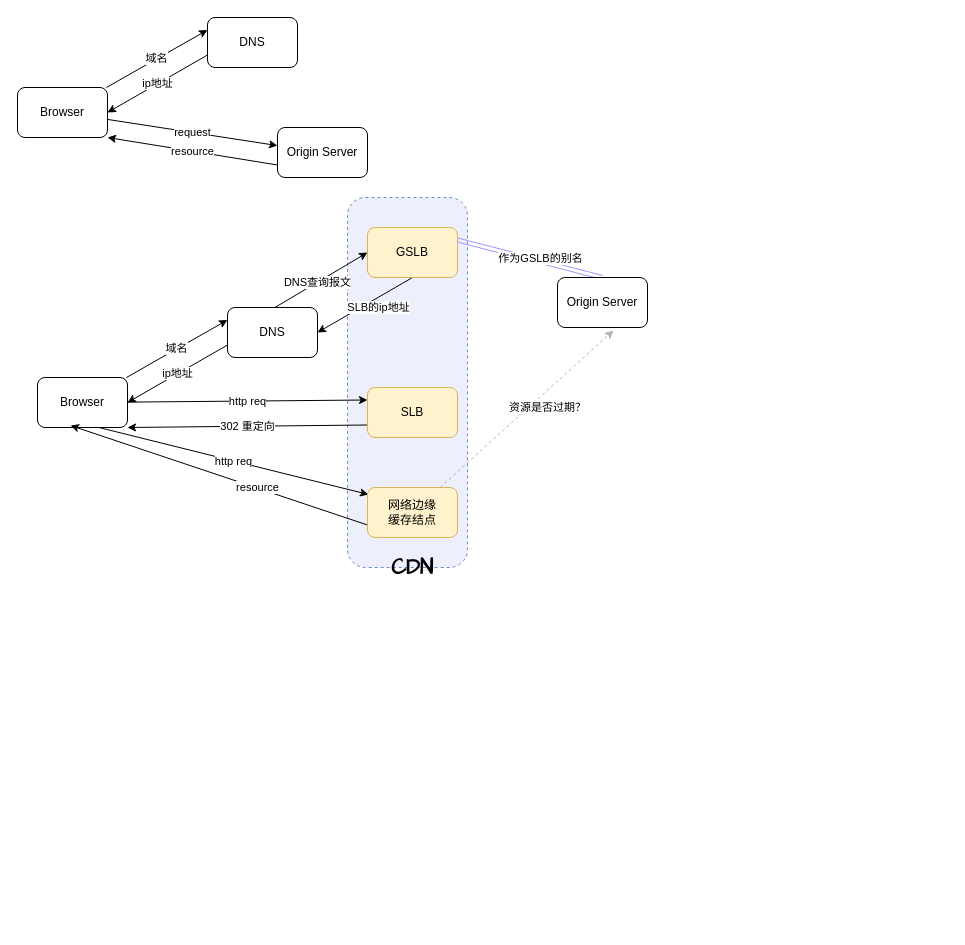
This is draft.drawio from bankarian/pics, a draw.io file, before an edit. Source tidied: cells renumbered, new cells numbered last; positions are measured from the earlier drawing's top-left corner, leaving out a move shared by most shapes. Both pictures are drawn from the tidied source at 100%, with x=0, y=0 at pixel (17, 17).
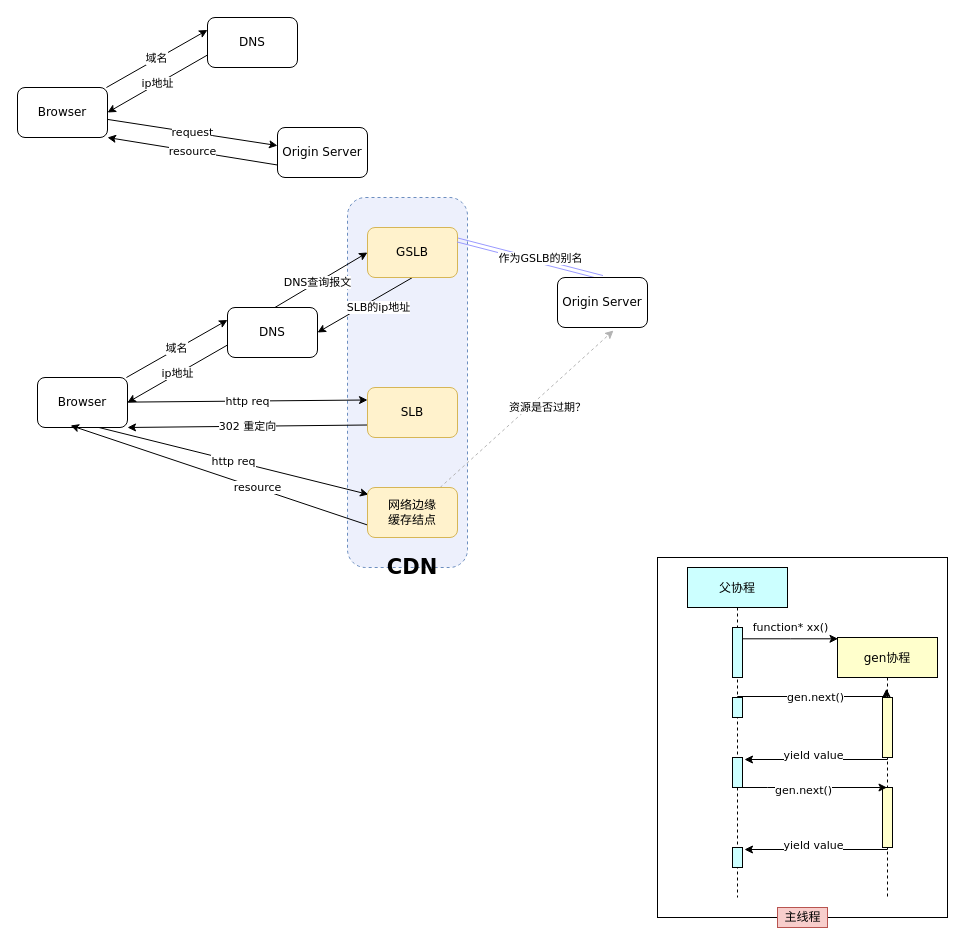
Above is the later version.

The edit, as a diff of the source:
```diff
@@
+    <mxCell id="28" style="rounded=0;whiteSpace=wrap;html=1;fontFamily=Verdana;fillColor=#FFFFFF;" parent="1" vertex="1">
+      <mxGeometry x="640" y="540" width="290" height="360" as="geometry" />
+    </mxCell>
-    <mxCell id="2" style="rounded=1;whiteSpace=wrap;html=1;strokeColor=#6c8ebf;dashed=1;fillColor=#EDF0FC;" parent="1" vertex="1">
+    <mxCell id="2" style="rounded=1;whiteSpace=wrap;html=1;strokeColor=#6c8ebf;dashed=1;fillColor=#EDF0FC;fontFamily=Verdana;" parent="1" vertex="1">
       <mxGeometry x="330" y="180" width="120" height="370" as="geometry" />
     </mxCell>
-    <mxCell id="3" value="域名" style="rounded=0;jettySize=auto;html=1;entryX=0;entryY=0.25;entryDx=0;entryDy=0;" parent="1" edge="1" source="5" target="7">
+    <mxCell id="3" value="域名" style="rounded=0;jettySize=auto;html=1;entryX=0;entryY=0.25;entryDx=0;entryDy=0;fontFamily=Verdana;" parent="1" edge="1" source="5" target="7">
       <mxGeometry relative="1" as="geometry" />
     </mxCell>
-    <mxCell id="4" value="request" style="edgeStyle=none;rounded=0;jettySize=auto;html=1;" parent="1" edge="1" source="5" target="9">
+    <mxCell id="4" value="request" style="edgeStyle=none;rounded=0;jettySize=auto;html=1;fontFamily=Verdana;" parent="1" edge="1" source="5" target="9">
       <mxGeometry relative="1" as="geometry" />
     </mxCell>
-    <mxCell id="5" value="Browser" style="rounded=1;whiteSpace=wrap;html=1;" parent="1" vertex="1">
+    <mxCell id="5" value="Browser" style="rounded=1;whiteSpace=wrap;html=1;fontFamily=Verdana;" parent="1" vertex="1">
       <mxGeometry y="70" width="90" height="50" as="geometry" />
     </mxCell>
-    <mxCell id="6" value="ip地址" style="edgeStyle=none;rounded=0;jettySize=auto;html=1;entryX=1;entryY=0.5;entryDx=0;entryDy=0;exitX=0;exitY=0.75;exitDx=0;exitDy=0;" parent="1" edge="1" source="7" target="5">
+    <mxCell id="6" value="ip地址" style="edgeStyle=none;rounded=0;jettySize=auto;html=1;entryX=1;entryY=0.5;entryDx=0;entryDy=0;exitX=0;exitY=0.75;exitDx=0;exitDy=0;fontFamily=Verdana;" parent="1" edge="1" source="7" target="5">
       <mxGeometry relative="1" as="geometry" />
     </mxCell>
-    <mxCell id="7" value="DNS" style="rounded=1;whiteSpace=wrap;html=1;" parent="1" vertex="1">
+    <mxCell id="7" value="DNS" style="rounded=1;whiteSpace=wrap;html=1;fontFamily=Verdana;" parent="1" vertex="1">
       <mxGeometry x="190" width="90" height="50" as="geometry" />
     </mxCell>
-    <mxCell id="8" value="resource" style="edgeStyle=none;rounded=0;jettySize=auto;html=1;entryX=1;entryY=1;entryDx=0;entryDy=0;exitX=0;exitY=0.75;exitDx=0;exitDy=0;" parent="1" edge="1" source="9" target="5">
+    <mxCell id="8" value="resource" style="edgeStyle=none;rounded=0;jettySize=auto;html=1;entryX=1;entryY=1;entryDx=0;entryDy=0;exitX=0;exitY=0.75;exitDx=0;exitDy=0;fontFamily=Verdana;" parent="1" edge="1" source="9" target="5">
       <mxGeometry relative="1" as="geometry" />
     </mxCell>
-    <mxCell id="9" value="Origin Server" style="rounded=1;whiteSpace=wrap;html=1;" parent="1" vertex="1">
+    <mxCell id="9" value="Origin Server" style="rounded=1;whiteSpace=wrap;html=1;fontFamily=Verdana;" parent="1" vertex="1">
       <mxGeometry x="260" y="110" width="90" height="50" as="geometry" />
     </mxCell>
-    <mxCell id="10" value="域名" style="rounded=0;jettySize=auto;html=1;entryX=0;entryY=0.25;entryDx=0;entryDy=0;" parent="1" edge="1" source="13" target="16">
+    <mxCell id="10" value="域名" style="rounded=0;jettySize=auto;html=1;entryX=0;entryY=0.25;entryDx=0;entryDy=0;fontFamily=Verdana;" parent="1" edge="1" source="13" target="16">
       <mxGeometry relative="1" as="geometry" />
     </mxCell>
-    <mxCell id="11" value="http req" style="edgeStyle=none;rounded=0;jettySize=auto;html=1;entryX=0;entryY=0.25;entryDx=0;entryDy=0;" parent="1" edge="1" source="13" target="18">
+    <mxCell id="11" value="http req" style="edgeStyle=none;rounded=0;jettySize=auto;html=1;entryX=0;entryY=0.25;entryDx=0;entryDy=0;fontFamily=Verdana;" parent="1" edge="1" source="13" target="18">
       <mxGeometry relative="1" as="geometry" />
     </mxCell>
-    <mxCell id="12" value="http req" style="edgeStyle=none;rounded=0;jettySize=auto;html=1;entryX=0.011;entryY=0.14;entryDx=0;entryDy=0;entryPerimeter=0;strokeColor=#000000;exitX=0.683;exitY=1;exitDx=0;exitDy=0;exitPerimeter=0;" parent="1" edge="1" source="13" target="26">
+    <mxCell id="12" value="http req" style="edgeStyle=none;rounded=0;jettySize=auto;html=1;entryX=0.011;entryY=0.14;entryDx=0;entryDy=0;entryPerimeter=0;strokeColor=#000000;exitX=0.683;exitY=1;exitDx=0;exitDy=0;exitPerimeter=0;fontFamily=Verdana;" parent="1" edge="1" source="13" target="26">
       <mxGeometry relative="1" as="geometry" />
     </mxCell>
-    <mxCell id="13" value="Browser" style="rounded=1;whiteSpace=wrap;html=1;" parent="1" vertex="1">
+    <mxCell id="13" value="Browser" style="rounded=1;whiteSpace=wrap;html=1;fontFamily=Verdana;" parent="1" vertex="1">
       <mxGeometry x="20" y="360" width="90" height="50" as="geometry" />
     </mxCell>
-    <mxCell id="14" value="ip地址" style="edgeStyle=none;rounded=0;jettySize=auto;html=1;entryX=1;entryY=0.5;entryDx=0;entryDy=0;exitX=0;exitY=0.75;exitDx=0;exitDy=0;" parent="1" edge="1" source="16" target="13">
+    <mxCell id="14" value="ip地址" style="edgeStyle=none;rounded=0;jettySize=auto;html=1;entryX=1;entryY=0.5;entryDx=0;entryDy=0;exitX=0;exitY=0.75;exitDx=0;exitDy=0;fontFamily=Verdana;" parent="1" edge="1" source="16" target="13">
       <mxGeometry relative="1" as="geometry" />
     </mxCell>
-    <mxCell id="15" value="DNS查询报文" style="edgeStyle=none;rounded=0;jettySize=auto;html=1;entryX=0;entryY=0.5;entryDx=0;entryDy=0;exitX=0.433;exitY=0.1;exitDx=0;exitDy=0;exitPerimeter=0;" parent="1" edge="1" source="16" target="20">
+    <mxCell id="15" value="DNS查询报文" style="edgeStyle=none;rounded=0;jettySize=auto;html=1;entryX=0;entryY=0.5;entryDx=0;entryDy=0;exitX=0.433;exitY=0.1;exitDx=0;exitDy=0;exitPerimeter=0;fontFamily=Verdana;" parent="1" edge="1" source="16" target="20">
       <mxGeometry relative="1" as="geometry" />
     </mxCell>
-    <mxCell id="16" value="DNS" style="rounded=1;whiteSpace=wrap;html=1;" parent="1" vertex="1">
+    <mxCell id="16" value="DNS" style="rounded=1;whiteSpace=wrap;html=1;fontFamily=Verdana;" parent="1" vertex="1">
       <mxGeometry x="210" y="290" width="90" height="50" as="geometry" />
     </mxCell>
-    <mxCell id="17" value="302 重定向" style="edgeStyle=none;rounded=0;jettySize=auto;html=1;entryX=1;entryY=1;entryDx=0;entryDy=0;exitX=0;exitY=0.75;exitDx=0;exitDy=0;" parent="1" edge="1" source="18" target="13">
+    <mxCell id="17" value="302 重定向" style="edgeStyle=none;rounded=0;jettySize=auto;html=1;entryX=1;entryY=1;entryDx=0;entryDy=0;exitX=0;exitY=0.75;exitDx=0;exitDy=0;fontFamily=Verdana;" parent="1" edge="1" source="18" target="13">
       <mxGeometry relative="1" as="geometry" />
     </mxCell>
-    <mxCell id="18" value="SLB" style="rounded=1;whiteSpace=wrap;html=1;fillColor=#fff2cc;strokeColor=#d6b656;" parent="1" vertex="1">
+    <mxCell id="18" value="SLB" style="rounded=1;whiteSpace=wrap;html=1;fillColor=#fff2cc;strokeColor=#d6b656;fontFamily=Verdana;" parent="1" vertex="1">
       <mxGeometry x="350" y="370" width="90" height="50" as="geometry" />
     </mxCell>
-    <mxCell id="19" value="SLB的ip地址" style="edgeStyle=none;rounded=0;jettySize=auto;html=1;entryX=1;entryY=0.5;entryDx=0;entryDy=0;strokeColor=#000000;exitX=0.5;exitY=1;exitDx=0;exitDy=0;" parent="1" edge="1" source="20" target="16">
+    <mxCell id="19" value="SLB的ip地址" style="edgeStyle=none;rounded=0;jettySize=auto;html=1;entryX=1;entryY=0.5;entryDx=0;entryDy=0;strokeColor=#000000;exitX=0.5;exitY=1;exitDx=0;exitDy=0;fontFamily=Verdana;" parent="1" edge="1" source="20" target="16">
       <mxGeometry x="-0.18" y="9" relative="1" as="geometry" />
     </mxCell>
-    <mxCell id="20" value="GSLB" style="rounded=1;whiteSpace=wrap;html=1;fillColor=#fff2cc;strokeColor=#d6b656;" parent="1" vertex="1">
+    <mxCell id="20" value="GSLB" style="rounded=1;whiteSpace=wrap;html=1;fillColor=#fff2cc;strokeColor=#d6b656;fontFamily=Verdana;" parent="1" vertex="1">
       <mxGeometry x="350" y="210" width="90" height="50" as="geometry" />
     </mxCell>
-    <mxCell id="21" style="edgeStyle=none;rounded=0;jettySize=auto;html=1;entryX=1;entryY=0.25;entryDx=0;entryDy=0;exitX=0.5;exitY=0;exitDx=0;exitDy=0;shape=link;strokeColor=#9999FF;" parent="1" edge="1" source="23" target="20">
+    <mxCell id="21" style="edgeStyle=none;rounded=0;jettySize=auto;html=1;entryX=1;entryY=0.25;entryDx=0;entryDy=0;exitX=0.5;exitY=0;exitDx=0;exitDy=0;shape=link;strokeColor=#9999FF;fontFamily=Verdana;" parent="1" edge="1" source="23" target="20">
       <mxGeometry relative="1" as="geometry" />
     </mxCell>
-    <mxCell id="22" value="作为GSLB的别名" style="edgeLabel;html=1;align=center;verticalAlign=middle;" parent="21" vertex="1">
+    <mxCell id="22" value="作为GSLB的别名" style="edgeLabel;html=1;align=center;verticalAlign=middle;fontFamily=Verdana;" parent="21" vertex="1">
       <mxGeometry x="0.18" y="3" relative="1" as="geometry">
         <mxPoint x="23.2" as="offset" />
       </mxGeometry>
     </mxCell>
-    <mxCell id="23" value="Origin Server" style="rounded=1;whiteSpace=wrap;html=1;" parent="1" vertex="1">
+    <mxCell id="23" value="Origin Server" style="rounded=1;whiteSpace=wrap;html=1;fontFamily=Verdana;" parent="1" vertex="1">
       <mxGeometry x="540" y="260" width="90" height="50" as="geometry" />
     </mxCell>
-    <mxCell id="24" value="resource" style="edgeStyle=none;rounded=0;jettySize=auto;html=1;entryX=0.367;entryY=0.96;entryDx=0;entryDy=0;entryPerimeter=0;strokeColor=#000000;exitX=0;exitY=0.75;exitDx=0;exitDy=0;" parent="1" edge="1" source="26" target="13">
+    <mxCell id="24" value="resource" style="edgeStyle=none;rounded=0;jettySize=auto;html=1;entryX=0.367;entryY=0.96;entryDx=0;entryDy=0;entryPerimeter=0;strokeColor=#000000;exitX=0;exitY=0.75;exitDx=0;exitDy=0;fontFamily=Verdana;" parent="1" edge="1" source="26" target="13">
       <mxGeometry x="-0.26" y="-1" relative="1" as="geometry" />
     </mxCell>
-    <mxCell id="25" value="资源是否过期？" style="edgeStyle=none;rounded=0;jettySize=auto;html=1;entryX=0.622;entryY=1.06;entryDx=0;entryDy=0;entryPerimeter=0;dashed=1;strokeColor=#B3B3B3;" parent="1" edge="1" source="26" target="23">
+    <mxCell id="25" value="资源是否过期？" style="edgeStyle=none;rounded=0;jettySize=auto;html=1;entryX=0.622;entryY=1.06;entryDx=0;entryDy=0;entryPerimeter=0;dashed=1;strokeColor=#B3B3B3;fontFamily=Verdana;" parent="1" edge="1" source="26" target="23">
       <mxGeometry x="0.14" y="-13" relative="1" as="geometry" />
     </mxCell>
-    <mxCell id="26" value="网络边缘&lt;br&gt;缓存结点" style="rounded=1;whiteSpace=wrap;html=1;fillColor=#fff2cc;strokeColor=#d6b656;" parent="1" vertex="1">
+    <mxCell id="26" value="网络边缘&lt;br&gt;缓存结点" style="rounded=1;whiteSpace=wrap;html=1;fillColor=#fff2cc;strokeColor=#d6b656;fontFamily=Verdana;" parent="1" vertex="1">
       <mxGeometry x="350" y="470" width="90" height="50" as="geometry" />
     </mxCell>
-    <mxCell id="27" value="&lt;b&gt;&lt;font face=&quot;Comic Sans MS&quot; style=&quot;font-size: 21px&quot;&gt;CDN&lt;/font&gt;&lt;/b&gt;" style="text;html=1;strokeColor=none;fillColor=none;align=center;verticalAlign=middle;whiteSpace=wrap;rounded=0;dashed=1;" parent="1" vertex="1">
+    <mxCell id="27" value="&lt;b&gt;&lt;font style=&quot;font-size: 21px&quot;&gt;CDN&lt;/font&gt;&lt;/b&gt;" style="text;html=1;strokeColor=none;fillColor=none;align=center;verticalAlign=middle;whiteSpace=wrap;rounded=0;dashed=1;fontFamily=Verdana;" parent="1" vertex="1">
       <mxGeometry x="375" y="540" width="40" height="20" as="geometry" />
     </mxCell>
+    <mxCell id="29" value="父协程" style="shape=umlLifeline;perimeter=lifelinePerimeter;rounded=0;shadow=0;strokeWidth=1;fillColor=#CCFFFF;fontFamily=Verdana;" parent="1" vertex="1">
+      <mxGeometry x="670" y="550" width="100" height="330" as="geometry" />
+    </mxCell>
+    <mxCell id="30" style="html=1;points=[];perimeter=orthogonalPerimeter;fillColor=#CCFFFF;fontFamily=Verdana;" parent="29" vertex="1">
+      <mxGeometry x="45" y="60" width="10" height="50" as="geometry" />
+    </mxCell>
+    <mxCell id="31" style="html=1;points=[];perimeter=orthogonalPerimeter;fillColor=#CCFFFF;fontFamily=Verdana;" parent="29" vertex="1">
+      <mxGeometry x="45" y="130" width="10" height="20" as="geometry" />
+    </mxCell>
+    <mxCell id="32" style="html=1;points=[];perimeter=orthogonalPerimeter;fillColor=#CCFFFF;fontFamily=Verdana;" parent="29" vertex="1">
+      <mxGeometry x="45" y="190" width="10" height="30" as="geometry" />
+    </mxCell>
+    <mxCell id="33" value="gen协程" style="shape=umlLifeline;perimeter=lifelinePerimeter;rounded=0;shadow=0;strokeWidth=1;fillColor=#FFFFCC;fontFamily=Verdana;" parent="1" vertex="1">
+      <mxGeometry x="820" y="620" width="100" height="260" as="geometry" />
+    </mxCell>
+    <mxCell id="34" style="html=1;points=[];perimeter=orthogonalPerimeter;fillColor=#FFFFCC;fontFamily=Verdana;" parent="33" vertex="1">
+      <mxGeometry x="45" y="60" width="10" height="60" as="geometry" />
+    </mxCell>
+    <mxCell id="35" value="function* xx()" style="edgeStyle=orthogonalEdgeStyle;rounded=0;jettySize=auto;html=1;entryX=0.005;entryY=0.005;entryDx=0;entryDy=0;entryPerimeter=0;fontFamily=Verdana;" parent="1" edge="1" source="30" target="33">
+      <mxGeometry x="0.01" y="12" relative="1" as="geometry">
+        <Array as="points">
+          <mxPoint x="773" y="622" />
+        </Array>
+        <mxPoint y="1" as="offset" />
+      </mxGeometry>
+    </mxCell>
+    <mxCell id="36" style="edgeStyle=orthogonalEdgeStyle;rounded=0;jettySize=auto;html=1;entryX=0.49;entryY=0.197;entryDx=0;entryDy=0;entryPerimeter=0;fontFamily=Verdana;" parent="1" edge="1" source="31" target="33">
+      <mxGeometry relative="1" as="geometry">
+        <Array as="points">
+          <mxPoint x="720" y="679" />
+        </Array>
+      </mxGeometry>
+    </mxCell>
+    <mxCell id="37" value="gen.next()" style="edgeLabel;html=1;align=center;verticalAlign=middle;fontFamily=Verdana;" parent="36" vertex="1">
+      <mxGeometry x="-0.33" relative="1" as="geometry">
+        <mxPoint x="25.9" y="0.9" as="offset" />
+      </mxGeometry>
+    </mxCell>
+    <mxCell id="38" style="edgeStyle=orthogonalEdgeStyle;rounded=0;jettySize=auto;html=1;fontFamily=Verdana;" parent="1" edge="1" source="34">
+      <mxGeometry relative="1" as="geometry">
+        <mxPoint x="727" y="742" as="targetPoint" />
+        <Array as="points">
+          <mxPoint x="870" y="742" />
+        </Array>
+      </mxGeometry>
+    </mxCell>
+    <mxCell id="39" value="yield value" style="edgeLabel;html=1;align=center;verticalAlign=middle;fontFamily=Verdana;" parent="38" vertex="1">
+      <mxGeometry x="0.21" y="-4" relative="1" as="geometry">
+        <mxPoint x="11" y="-0.5" as="offset" />
+      </mxGeometry>
+    </mxCell>
+    <mxCell id="40" style="html=1;perimeter=orthogonalPerimeter;fillColor=#CCFFFF;fontFamily=Verdana;" parent="1" vertex="1">
+      <mxGeometry x="715" y="830" width="10" height="20" as="geometry" />
+    </mxCell>
+    <mxCell id="41" style="html=1;points=[];perimeter=orthogonalPerimeter;fillColor=#FFFFCC;fontFamily=Verdana;" parent="1" vertex="1">
+      <mxGeometry x="865" y="770" width="10" height="60" as="geometry" />
+    </mxCell>
+    <mxCell id="42" style="edgeStyle=orthogonalEdgeStyle;rounded=0;jettySize=auto;html=1;entryX=0.57;entryY=0.64;entryDx=0;entryDy=0;entryPerimeter=0;fontFamily=Verdana;" parent="1" edge="1" source="41">
+      <mxGeometry relative="1" as="geometry">
+        <mxPoint x="727" y="832" as="targetPoint" />
+        <Array as="points">
+          <mxPoint x="870" y="832" />
+        </Array>
+      </mxGeometry>
+    </mxCell>
+    <mxCell id="43" value="yield value" style="edgeLabel;html=1;align=center;verticalAlign=middle;fontFamily=Verdana;" parent="42" vertex="1">
+      <mxGeometry x="0.21" y="-4" relative="1" as="geometry">
+        <mxPoint x="11" y="-0.5" as="offset" />
+      </mxGeometry>
+    </mxCell>
+    <mxCell id="44" style="edgeStyle=orthogonalEdgeStyle;rounded=0;jettySize=auto;html=1;fontFamily=Verdana;" parent="1" edge="1" source="32" target="33">
+      <mxGeometry relative="1" as="geometry">
+        <Array as="points">
+          <mxPoint x="750" y="770" />
+          <mxPoint x="750" y="770" />
+        </Array>
+      </mxGeometry>
+    </mxCell>
+    <mxCell id="45" value="gen.next()" style="edgeLabel;html=1;align=center;verticalAlign=middle;fontFamily=Verdana;" parent="44" vertex="1">
+      <mxGeometry x="-0.17" y="-2" relative="1" as="geometry" />
+    </mxCell>
+    <mxCell id="46" value="主线程&lt;br&gt;" style="text;html=1;align=center;verticalAlign=middle;fontFamily=Verdana;fillColor=#f8cecc;strokeColor=#b85450;" parent="1" vertex="1">
+      <mxGeometry x="760" y="890" width="50" height="20" as="geometry" />
+    </mxCell>
```
